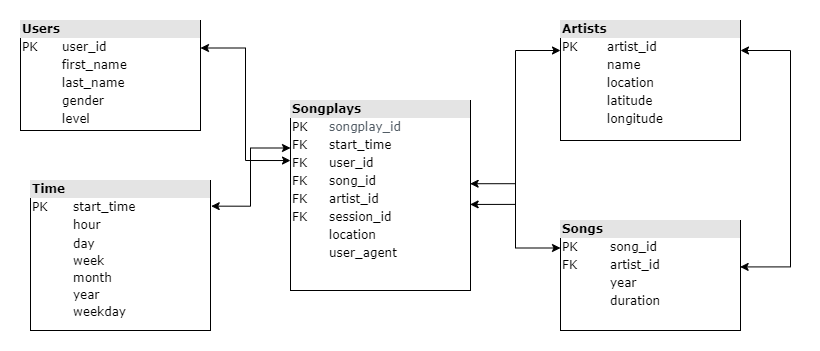
ebelingbarros/udacity_data_engineering keeps this draw.io diagram as data_lake_with_spark/images/Unbenanntes Diagramm.drawio.png. Above is the earlier version. Source tidied: cells renumbered, new cells last; positions are measured from the earlier drawing's top-left corner, leaving out a move shared by most shapes. Its diagram source:
```xml
<mxGraphModel>
  <root>
    <mxCell id="0" />
    <mxCell id="1" parent="0" />
    <mxCell id="2" value="&lt;div style=&quot;box-sizing: border-box ; width: 100% ; background: #e4e4e4 ; padding: 2px&quot;&gt;&lt;b&gt;Users&lt;/b&gt;&lt;/div&gt;&lt;table style=&quot;width: 100% ; font-size: 1em&quot; cellpadding=&quot;2&quot; cellspacing=&quot;0&quot;&gt;&lt;tbody&gt;&lt;tr&gt;&lt;td&gt;PK&lt;/td&gt;&lt;td&gt;user_id&lt;/td&gt;&lt;/tr&gt;&lt;tr&gt;&lt;td&gt;&lt;br&gt;&lt;/td&gt;&lt;td&gt;first_name&lt;/td&gt;&lt;/tr&gt;&lt;tr&gt;&lt;td&gt;&lt;/td&gt;&lt;td&gt;last_name&lt;/td&gt;&lt;/tr&gt;&lt;tr&gt;&lt;td&gt;&lt;br&gt;&lt;/td&gt;&lt;td&gt;gender&lt;/td&gt;&lt;/tr&gt;&lt;tr&gt;&lt;td&gt;&lt;br&gt;&lt;/td&gt;&lt;td&gt;level&lt;br&gt;&lt;/td&gt;&lt;/tr&gt;&lt;tr&gt;&lt;td&gt;&lt;/td&gt;&lt;td&gt;&lt;br&gt;&lt;/td&gt;&lt;/tr&gt;&lt;/tbody&gt;&lt;/table&gt;" style="verticalAlign=top;align=left;overflow=fill;html=1;rounded=0;shadow=0;comic=0;labelBackgroundColor=none;strokeWidth=1;fontFamily=Verdana;fontSize=12;" parent="1" vertex="1">
      <mxGeometry width="180" height="110" as="geometry" />
    </mxCell>
    <mxCell id="3" value="&lt;div style=&quot;box-sizing: border-box ; width: 100% ; background: #e4e4e4 ; padding: 2px&quot;&gt;&lt;b&gt;Songs&lt;/b&gt;&lt;/div&gt;&lt;table style=&quot;width: 100% ; font-size: 1em&quot; cellpadding=&quot;2&quot; cellspacing=&quot;0&quot;&gt;&lt;tbody&gt;&lt;tr&gt;&lt;td&gt;PK&lt;/td&gt;&lt;td&gt;song_id&lt;/td&gt;&lt;/tr&gt;&lt;tr&gt;&lt;td&gt;FK&lt;/td&gt;&lt;td&gt;artist_id&lt;br&gt;&lt;/td&gt;&lt;/tr&gt;&lt;tr&gt;&lt;td&gt;&lt;/td&gt;&lt;td&gt;year&lt;/td&gt;&lt;/tr&gt;&lt;tr&gt;&lt;td&gt;&lt;br&gt;&lt;/td&gt;&lt;td&gt;duration&lt;br&gt;&lt;/td&gt;&lt;/tr&gt;&lt;/tbody&gt;&lt;/table&gt;" style="verticalAlign=top;align=left;overflow=fill;html=1;rounded=0;shadow=0;comic=0;labelBackgroundColor=none;strokeWidth=1;fontFamily=Verdana;fontSize=12;" parent="1" vertex="1">
      <mxGeometry x="540" y="200" width="180" height="110" as="geometry" />
    </mxCell>
    <mxCell id="4" value="&lt;div style=&quot;box-sizing: border-box ; width: 100% ; background: #e4e4e4 ; padding: 2px&quot;&gt;&lt;b&gt;Artists&lt;/b&gt;&lt;/div&gt;&lt;table style=&quot;width: 100% ; font-size: 1em&quot; cellpadding=&quot;2&quot; cellspacing=&quot;0&quot;&gt;&lt;tbody&gt;&lt;tr&gt;&lt;td&gt;PK&lt;/td&gt;&lt;td&gt;artist_id&lt;/td&gt;&lt;/tr&gt;&lt;tr&gt;&lt;td&gt;&lt;br&gt;&lt;/td&gt;&lt;td&gt;name&lt;/td&gt;&lt;/tr&gt;&lt;tr&gt;&lt;td&gt;&lt;/td&gt;&lt;td&gt;location&lt;/td&gt;&lt;/tr&gt;&lt;tr&gt;&lt;td&gt;&lt;br&gt;&lt;/td&gt;&lt;td&gt;latitude&lt;br&gt;&lt;/td&gt;&lt;/tr&gt;&lt;tr&gt;&lt;td&gt;&lt;br&gt;&lt;/td&gt;&lt;td&gt;longitude&lt;br&gt;&lt;/td&gt;&lt;/tr&gt;&lt;/tbody&gt;&lt;/table&gt;" style="verticalAlign=top;align=left;overflow=fill;html=1;rounded=0;shadow=0;comic=0;labelBackgroundColor=none;strokeWidth=1;fontFamily=Verdana;fontSize=12;" parent="1" vertex="1">
      <mxGeometry x="540" width="180" height="120" as="geometry" />
    </mxCell>
    <mxCell id="5" value="&lt;div style=&quot;box-sizing: border-box ; width: 100% ; background: #e4e4e4 ; padding: 2px&quot;&gt;&lt;b&gt;Songplays&lt;/b&gt;&lt;/div&gt;&lt;table style=&quot;width: 100% ; font-size: 1em&quot; cellpadding=&quot;2&quot; cellspacing=&quot;0&quot;&gt;&lt;tbody&gt;&lt;tr&gt;&lt;td&gt;PK&lt;/td&gt;&lt;td&gt;&lt;span style=&quot;box-sizing: border-box ; border: 0px ; overflow-wrap: break-word ; margin: 0px ; padding: 0px ; font-stretch: inherit ; line-height: inherit ; vertical-align: baseline ; color: rgb(82 , 92 , 101) ; background-color: rgb(255 , 255 , 255)&quot;&gt;&lt;font style=&quot;font-size: 12px&quot;&gt;songplay_id&lt;/font&gt;&lt;/span&gt;&lt;br&gt;&lt;/td&gt;&lt;/tr&gt;&lt;tr&gt;&lt;td&gt;FK&lt;/td&gt;&lt;td&gt;start_time&lt;/td&gt;&lt;/tr&gt;&lt;tr&gt;&lt;td&gt;FK&lt;/td&gt;&lt;td&gt;user_id&lt;/td&gt;&lt;/tr&gt;&lt;tr&gt;&lt;td&gt;FK&lt;br&gt;&lt;/td&gt;&lt;td&gt;song_id&lt;br&gt;&lt;/td&gt;&lt;/tr&gt;&lt;tr&gt;&lt;td&gt;FK&lt;br&gt;&lt;/td&gt;&lt;td&gt;artist_id&lt;br&gt;&lt;/td&gt;&lt;/tr&gt;&lt;tr&gt;&lt;td&gt;FK&lt;/td&gt;&lt;td&gt;session_id&lt;br&gt;&lt;/td&gt;&lt;/tr&gt;&lt;tr&gt;&lt;td&gt;&lt;br&gt;&lt;/td&gt;&lt;td&gt;location&lt;br&gt;&lt;/td&gt;&lt;/tr&gt;&lt;tr&gt;&lt;td&gt;&lt;br&gt;&lt;/td&gt;&lt;td&gt;user_agent&lt;/td&gt;&lt;/tr&gt;&lt;/tbody&gt;&lt;/table&gt;" style="verticalAlign=top;align=left;overflow=fill;html=1;rounded=0;shadow=0;comic=0;labelBackgroundColor=none;strokeWidth=1;fontFamily=Verdana;fontSize=12;" parent="1" vertex="1">
      <mxGeometry x="270" y="80" width="180" height="190" as="geometry" />
    </mxCell>
    <mxCell id="6" value="&lt;div style=&quot;box-sizing: border-box ; width: 100% ; background: #e4e4e4 ; padding: 2px&quot;&gt;&lt;b&gt;Time&lt;/b&gt;&lt;/div&gt;&lt;table style=&quot;width: 100% ; font-size: 1em&quot; cellpadding=&quot;2&quot; cellspacing=&quot;0&quot;&gt;&lt;tbody&gt;&lt;tr&gt;&lt;td&gt;PK&lt;/td&gt;&lt;td&gt;start_time&lt;/td&gt;&lt;/tr&gt;&lt;tr&gt;&lt;td&gt;&lt;br&gt;&lt;/td&gt;&lt;td&gt;hour&lt;/td&gt;&lt;/tr&gt;&lt;tr&gt;&lt;td&gt;&lt;/td&gt;&lt;td style=&quot;line-height: 1.4&quot;&gt;day&lt;br&gt;week&lt;br&gt;month&lt;br&gt;year&amp;nbsp;&lt;br&gt;weekday&lt;/td&gt;&lt;/tr&gt;&lt;/tbody&gt;&lt;/table&gt;" style="verticalAlign=top;align=left;overflow=fill;html=1;rounded=0;shadow=0;comic=0;labelBackgroundColor=none;strokeWidth=1;fontFamily=Verdana;fontSize=12;" parent="1" vertex="1">
      <mxGeometry x="10" y="160" width="180" height="150" as="geometry" />
    </mxCell>
    <mxCell id="7" style="endArrow=classic;startArrow=classic;html=1;rounded=0;fontFamily=Verdana;fontSize=12;edgeStyle=orthogonalEdgeStyle;entryX=0;entryY=0.316;entryDx=0;entryDy=0;entryPerimeter=0;exitX=1;exitY=0.25;exitDx=0;exitDy=0;" parent="1" edge="1" source="2" target="5">
      <mxGeometry relative="1" as="geometry" />
    </mxCell>
    <mxCell id="8" style="endArrow=classic;startArrow=classic;html=1;rounded=0;fontFamily=Verdana;fontSize=12;edgeStyle=orthogonalEdgeStyle;entryX=0;entryY=0.25;entryDx=0;entryDy=0;exitX=1.004;exitY=0.171;exitDx=0;exitDy=0;exitPerimeter=0;" parent="1" edge="1" source="6" target="5">
      <mxGeometry relative="1" as="geometry" />
    </mxCell>
    <mxCell id="9" style="endArrow=classic;startArrow=classic;html=1;rounded=0;fontFamily=Verdana;fontSize=12;edgeStyle=orthogonalEdgeStyle;entryX=0;entryY=0.25;entryDx=0;entryDy=0;exitX=0.998;exitY=0.547;exitDx=0;exitDy=0;exitPerimeter=0;" parent="1" edge="1" source="5" target="4">
      <mxGeometry relative="1" as="geometry" />
    </mxCell>
    <mxCell id="10" style="endArrow=classic;startArrow=classic;html=1;rounded=0;fontFamily=Verdana;fontSize=12;edgeStyle=orthogonalEdgeStyle;entryX=0;entryY=0.25;entryDx=0;entryDy=0;exitX=0.998;exitY=0.438;exitDx=0;exitDy=0;exitPerimeter=0;" parent="1" edge="1" source="5" target="3">
      <mxGeometry relative="1" as="geometry" />
    </mxCell>
    <mxCell id="11" style="endArrow=classic;startArrow=classic;html=1;rounded=0;fontFamily=Verdana;fontSize=12;edgeStyle=orthogonalEdgeStyle;entryX=0.998;entryY=0.422;entryDx=0;entryDy=0;entryPerimeter=0;exitX=1;exitY=0.25;exitDx=0;exitDy=0;" parent="1" edge="1" source="4" target="3">
      <mxGeometry relative="1" as="geometry">
        <Array as="points">
          <mxPoint x="770" y="30" />
          <mxPoint x="770" y="246" />
        </Array>
      </mxGeometry>
    </mxCell>
  </root>
</mxGraphModel>
```
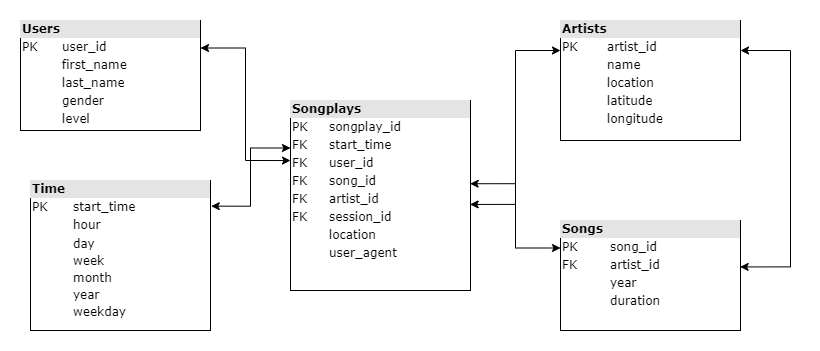
After the change.

The edit, as a diff of the source:
```diff
@@ -11,7 +11,7 @@
     <mxCell id="4" value="&lt;div style=&quot;box-sizing: border-box ; width: 100% ; background: #e4e4e4 ; padding: 2px&quot;&gt;&lt;b&gt;Artists&lt;/b&gt;&lt;/div&gt;&lt;table style=&quot;width: 100% ; font-size: 1em&quot; cellpadding=&quot;2&quot; cellspacing=&quot;0&quot;&gt;&lt;tbody&gt;&lt;tr&gt;&lt;td&gt;PK&lt;/td&gt;&lt;td&gt;artist_id&lt;/td&gt;&lt;/tr&gt;&lt;tr&gt;&lt;td&gt;&lt;br&gt;&lt;/td&gt;&lt;td&gt;name&lt;/td&gt;&lt;/tr&gt;&lt;tr&gt;&lt;td&gt;&lt;/td&gt;&lt;td&gt;location&lt;/td&gt;&lt;/tr&gt;&lt;tr&gt;&lt;td&gt;&lt;br&gt;&lt;/td&gt;&lt;td&gt;latitude&lt;br&gt;&lt;/td&gt;&lt;/tr&gt;&lt;tr&gt;&lt;td&gt;&lt;br&gt;&lt;/td&gt;&lt;td&gt;longitude&lt;br&gt;&lt;/td&gt;&lt;/tr&gt;&lt;/tbody&gt;&lt;/table&gt;" style="verticalAlign=top;align=left;overflow=fill;html=1;rounded=0;shadow=0;comic=0;labelBackgroundColor=none;strokeWidth=1;fontFamily=Verdana;fontSize=12;" parent="1" vertex="1">
       <mxGeometry x="540" width="180" height="120" as="geometry" />
     </mxCell>
-    <mxCell id="5" value="&lt;div style=&quot;box-sizing: border-box ; width: 100% ; background: #e4e4e4 ; padding: 2px&quot;&gt;&lt;b&gt;Songplays&lt;/b&gt;&lt;/div&gt;&lt;table style=&quot;width: 100% ; font-size: 1em&quot; cellpadding=&quot;2&quot; cellspacing=&quot;0&quot;&gt;&lt;tbody&gt;&lt;tr&gt;&lt;td&gt;PK&lt;/td&gt;&lt;td&gt;&lt;span style=&quot;box-sizing: border-box ; border: 0px ; overflow-wrap: break-word ; margin: 0px ; padding: 0px ; font-stretch: inherit ; line-height: inherit ; vertical-align: baseline ; color: rgb(82 , 92 , 101) ; background-color: rgb(255 , 255 , 255)&quot;&gt;&lt;font style=&quot;font-size: 12px&quot;&gt;songplay_id&lt;/font&gt;&lt;/span&gt;&lt;br&gt;&lt;/td&gt;&lt;/tr&gt;&lt;tr&gt;&lt;td&gt;FK&lt;/td&gt;&lt;td&gt;start_time&lt;/td&gt;&lt;/tr&gt;&lt;tr&gt;&lt;td&gt;FK&lt;/td&gt;&lt;td&gt;user_id&lt;/td&gt;&lt;/tr&gt;&lt;tr&gt;&lt;td&gt;FK&lt;br&gt;&lt;/td&gt;&lt;td&gt;song_id&lt;br&gt;&lt;/td&gt;&lt;/tr&gt;&lt;tr&gt;&lt;td&gt;FK&lt;br&gt;&lt;/td&gt;&lt;td&gt;artist_id&lt;br&gt;&lt;/td&gt;&lt;/tr&gt;&lt;tr&gt;&lt;td&gt;FK&lt;/td&gt;&lt;td&gt;session_id&lt;br&gt;&lt;/td&gt;&lt;/tr&gt;&lt;tr&gt;&lt;td&gt;&lt;br&gt;&lt;/td&gt;&lt;td&gt;location&lt;br&gt;&lt;/td&gt;&lt;/tr&gt;&lt;tr&gt;&lt;td&gt;&lt;br&gt;&lt;/td&gt;&lt;td&gt;user_agent&lt;/td&gt;&lt;/tr&gt;&lt;/tbody&gt;&lt;/table&gt;" style="verticalAlign=top;align=left;overflow=fill;html=1;rounded=0;shadow=0;comic=0;labelBackgroundColor=none;strokeWidth=1;fontFamily=Verdana;fontSize=12;" parent="1" vertex="1">
+    <mxCell id="5" value="&lt;div style=&quot;box-sizing: border-box ; width: 100% ; background: #e4e4e4 ; padding: 2px&quot;&gt;&lt;b&gt;Songplays&lt;/b&gt;&lt;/div&gt;&lt;table style=&quot;width: 100% ; font-size: 1em&quot; cellpadding=&quot;2&quot; cellspacing=&quot;0&quot;&gt;&lt;tbody&gt;&lt;tr&gt;&lt;td&gt;PK&lt;/td&gt;&lt;td&gt;&lt;span style=&quot;box-sizing: border-box ; border: 0px ; overflow-wrap: break-word ; margin: 0px ; padding: 0px ; font-stretch: inherit ; line-height: inherit ; vertical-align: baseline ; background-color: rgb(255 , 255 , 255)&quot;&gt;&lt;font style=&quot;font-size: 12px&quot;&gt;songplay_id&lt;/font&gt;&lt;/span&gt;&lt;br&gt;&lt;/td&gt;&lt;/tr&gt;&lt;tr&gt;&lt;td&gt;FK&lt;/td&gt;&lt;td&gt;start_time&lt;/td&gt;&lt;/tr&gt;&lt;tr&gt;&lt;td&gt;FK&lt;/td&gt;&lt;td&gt;user_id&lt;/td&gt;&lt;/tr&gt;&lt;tr&gt;&lt;td&gt;FK&lt;br&gt;&lt;/td&gt;&lt;td&gt;song_id&lt;br&gt;&lt;/td&gt;&lt;/tr&gt;&lt;tr&gt;&lt;td&gt;FK&lt;br&gt;&lt;/td&gt;&lt;td&gt;artist_id&lt;br&gt;&lt;/td&gt;&lt;/tr&gt;&lt;tr&gt;&lt;td&gt;FK&lt;/td&gt;&lt;td&gt;session_id&lt;br&gt;&lt;/td&gt;&lt;/tr&gt;&lt;tr&gt;&lt;td&gt;&lt;br&gt;&lt;/td&gt;&lt;td&gt;location&lt;br&gt;&lt;/td&gt;&lt;/tr&gt;&lt;tr&gt;&lt;td&gt;&lt;br&gt;&lt;/td&gt;&lt;td&gt;user_agent&lt;/td&gt;&lt;/tr&gt;&lt;/tbody&gt;&lt;/table&gt;" style="verticalAlign=top;align=left;overflow=fill;html=1;rounded=0;shadow=0;comic=0;labelBackgroundColor=none;strokeWidth=1;fontFamily=Verdana;fontSize=12;" parent="1" vertex="1">
       <mxGeometry x="270" y="80" width="180" height="190" as="geometry" />
     </mxCell>
     <mxCell id="6" value="&lt;div style=&quot;box-sizing: border-box ; width: 100% ; background: #e4e4e4 ; padding: 2px&quot;&gt;&lt;b&gt;Time&lt;/b&gt;&lt;/div&gt;&lt;table style=&quot;width: 100% ; font-size: 1em&quot; cellpadding=&quot;2&quot; cellspacing=&quot;0&quot;&gt;&lt;tbody&gt;&lt;tr&gt;&lt;td&gt;PK&lt;/td&gt;&lt;td&gt;start_time&lt;/td&gt;&lt;/tr&gt;&lt;tr&gt;&lt;td&gt;&lt;br&gt;&lt;/td&gt;&lt;td&gt;hour&lt;/td&gt;&lt;/tr&gt;&lt;tr&gt;&lt;td&gt;&lt;/td&gt;&lt;td style=&quot;line-height: 1.4&quot;&gt;day&lt;br&gt;week&lt;br&gt;month&lt;br&gt;year&amp;nbsp;&lt;br&gt;weekday&lt;/td&gt;&lt;/tr&gt;&lt;/tbody&gt;&lt;/table&gt;" style="verticalAlign=top;align=left;overflow=fill;html=1;rounded=0;shadow=0;comic=0;labelBackgroundColor=none;strokeWidth=1;fontFamily=Verdana;fontSize=12;" parent="1" vertex="1">
```
